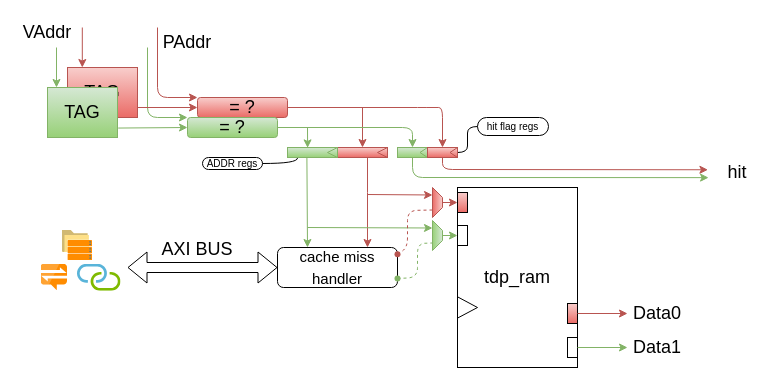
Before: pic/dcache.drawio in 0xtaruhi/AzureMIPS-doc, a draw.io diagram. Source tidied: cells renumbered, new cells numbered last; positions are measured from the earlier drawing's top-left corner, leaving out a move shared by most shapes. Both pictures are drawn from the tidied source at 100%, with x=0, y=0 at pixel (17, 17).
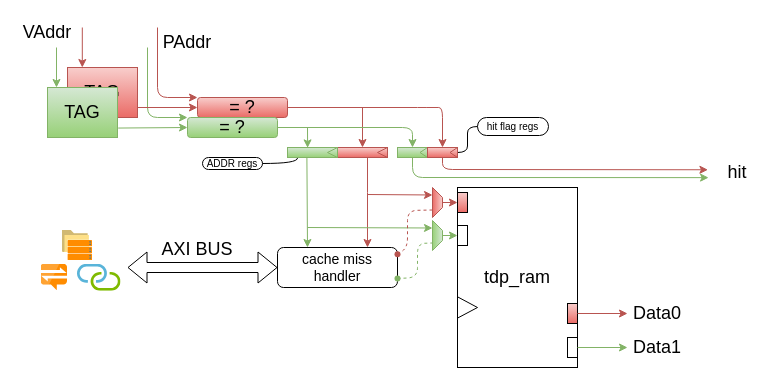
After the change.

Commit message (it also covers changes not shown here):
fix cache figs

Change to the diagram source:
```diff
@@
-    <mxCell id="37" value="&lt;font style=&quot;font-size: 15px&quot;&gt;cache miss &lt;br&gt;handler&lt;/font&gt;" style="rounded=1;whiteSpace=wrap;html=1;fontSize=18;" parent="1" vertex="1">
+    <mxCell id="37" style="rounded=1;whiteSpace=wrap;html=1;fontSize=18;" parent="1" vertex="1">
       <mxGeometry x="260" y="230" width="120" height="40" as="geometry" />
     </mxCell>
@@
+    <mxCell id="66" value="&lt;font style=&quot;font-size: 14px&quot;&gt;cache miss&lt;br&gt;handler&lt;/font&gt;" style="text;html=1;strokeColor=none;fillColor=none;align=center;verticalAlign=middle;whiteSpace=wrap;rounded=0;" parent="1" vertex="1">
+      <mxGeometry x="275" y="235" width="90" height="30" as="geometry" />
+    </mxCell>
```
